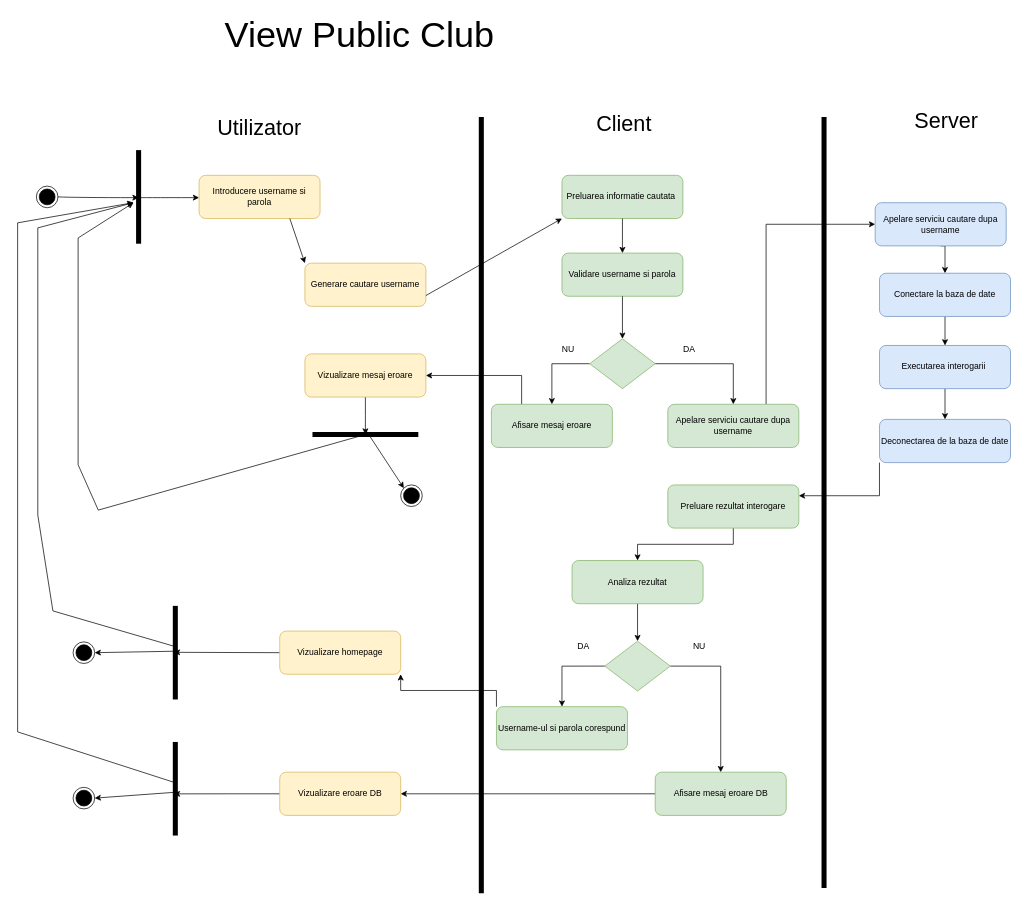
Earlier version of the draw.io diagram diagrams/Login.drawio (CaesarHD/football-club-simulator). Source tidied: cells renumbered, new cells numbered last; positions are measured from the earlier drawing's top-left corner, leaving out a move shared by most shapes. Both pictures are drawn from the tidied source at 72%, with x=0, y=0 at pixel (17, 23).
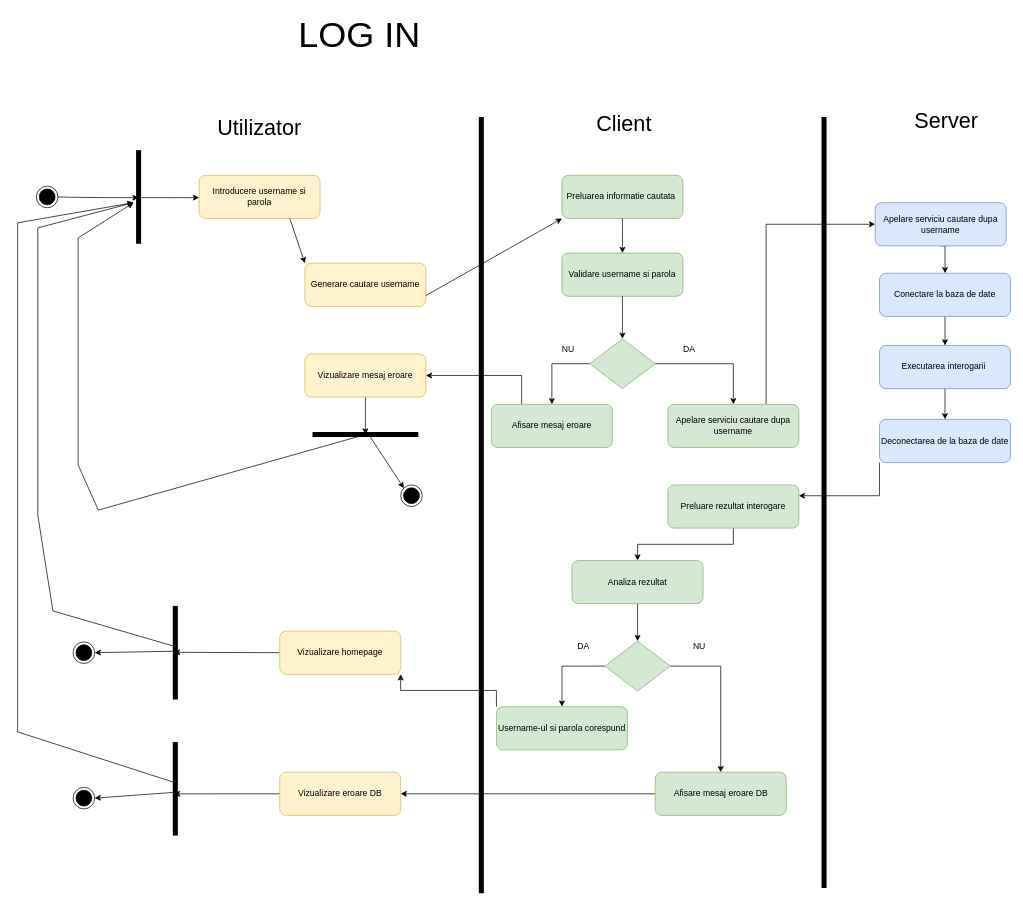
The same diagram, later.

Diff of the diagram source:
```diff
@@
-    <mxCell id="67" value="&lt;font style=&quot;font-size: 50px;&quot;&gt;View Public Club&lt;/font&gt;" style="text;html=1;whiteSpace=wrap;strokeColor=none;fillColor=none;align=center;verticalAlign=middle;rounded=0;" parent="1" vertex="1">
+    <mxCell id="67" value="&lt;font style=&quot;font-size: 50px;&quot;&gt;LOG IN&lt;/font&gt;" style="text;html=1;whiteSpace=wrap;strokeColor=none;fillColor=none;align=center;verticalAlign=middle;rounded=0;" parent="1" vertex="1">
       <mxGeometry x="120" width="710" height="30" as="geometry" />
     </mxCell>
```
